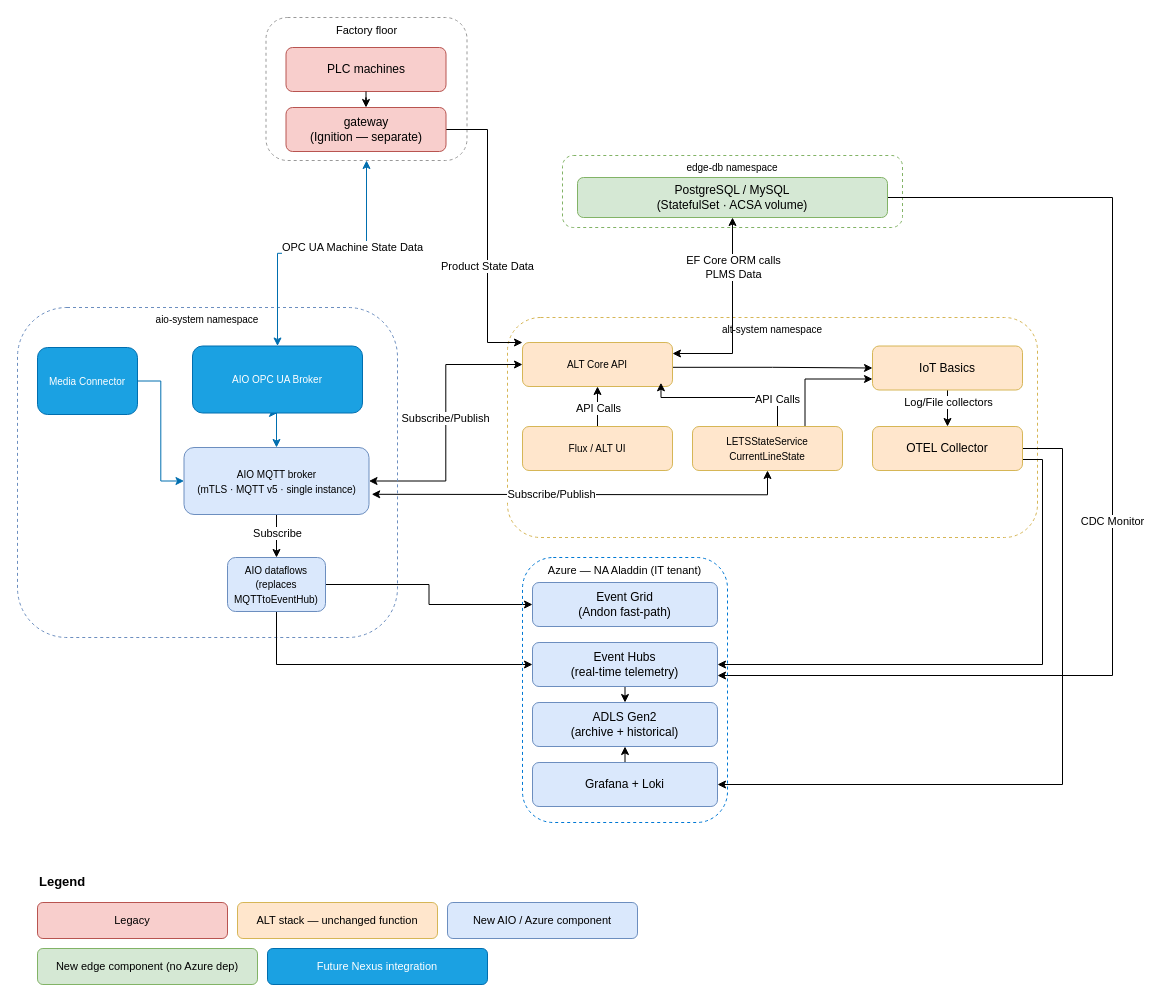
This is page "Dataflow" (2 of 5) of aio/AIO.drawio from avinashr-insight/manufacturing-iot, a draw.io file, before an edit. Source tidied: cells renumbered, new cells numbered last; positions are measured from the earlier drawing's top-left corner, leaving out a move shared by most shapes. Both pictures are drawn from the tidied source at 100%, with x=0, y=0 at pixel (17, 17).
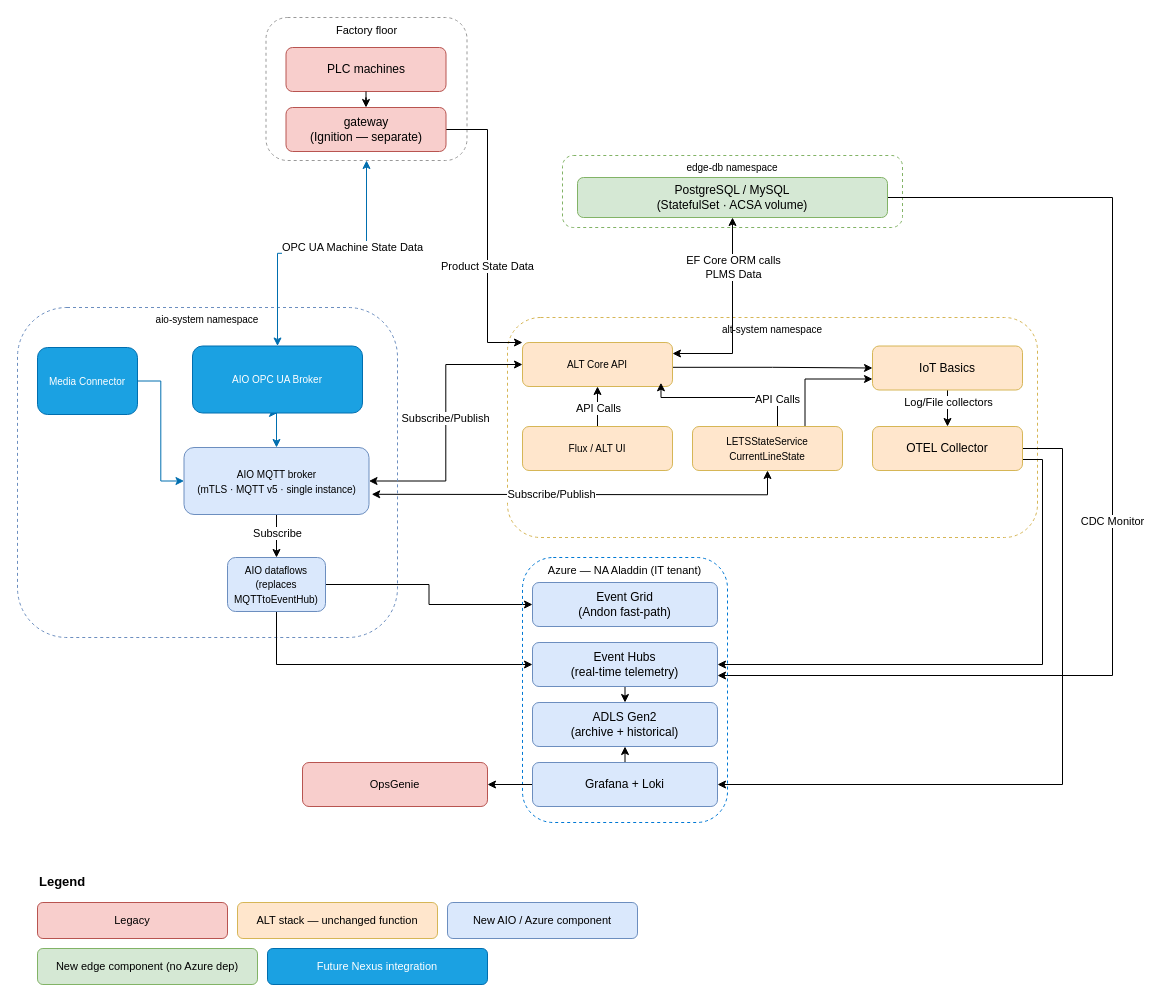
The same diagram, later.

The change refers to these unchanged cells:
```xml
<mxCell id="45" value="Grafana + Loki" style="rounded=1;whiteSpace=wrap;html=1;fillColor=#dae8fc;strokeColor=#6c8ebf;fontSize=12;" parent="1" vertex="1">
  <mxGeometry x="515" y="745" width="185" height="44" as="geometry" />
</mxCell>
```

Diff of the diagram source:
```diff
@@
+    <mxCell id="59" style="edgeStyle=orthogonalEdgeStyle;rounded=0;jettySize=auto;html=1;exitX=0;exitY=0.5;exitDx=0;exitDy=0;" parent="1" edge="1" source="45" target="60">
+      <mxGeometry relative="1" as="geometry" />
+    </mxCell>
@@
+    <mxCell id="60" value="OpsGenie" style="rounded=1;whiteSpace=wrap;html=1;fillColor=#f8cecc;strokeColor=#b85450;fontSize=11;align=center;verticalAlign=middle;fontFamily=Helvetica;fontColor=default;" parent="1" vertex="1">
+      <mxGeometry x="285" y="745" width="185" height="44" as="geometry" />
+    </mxCell>
```
